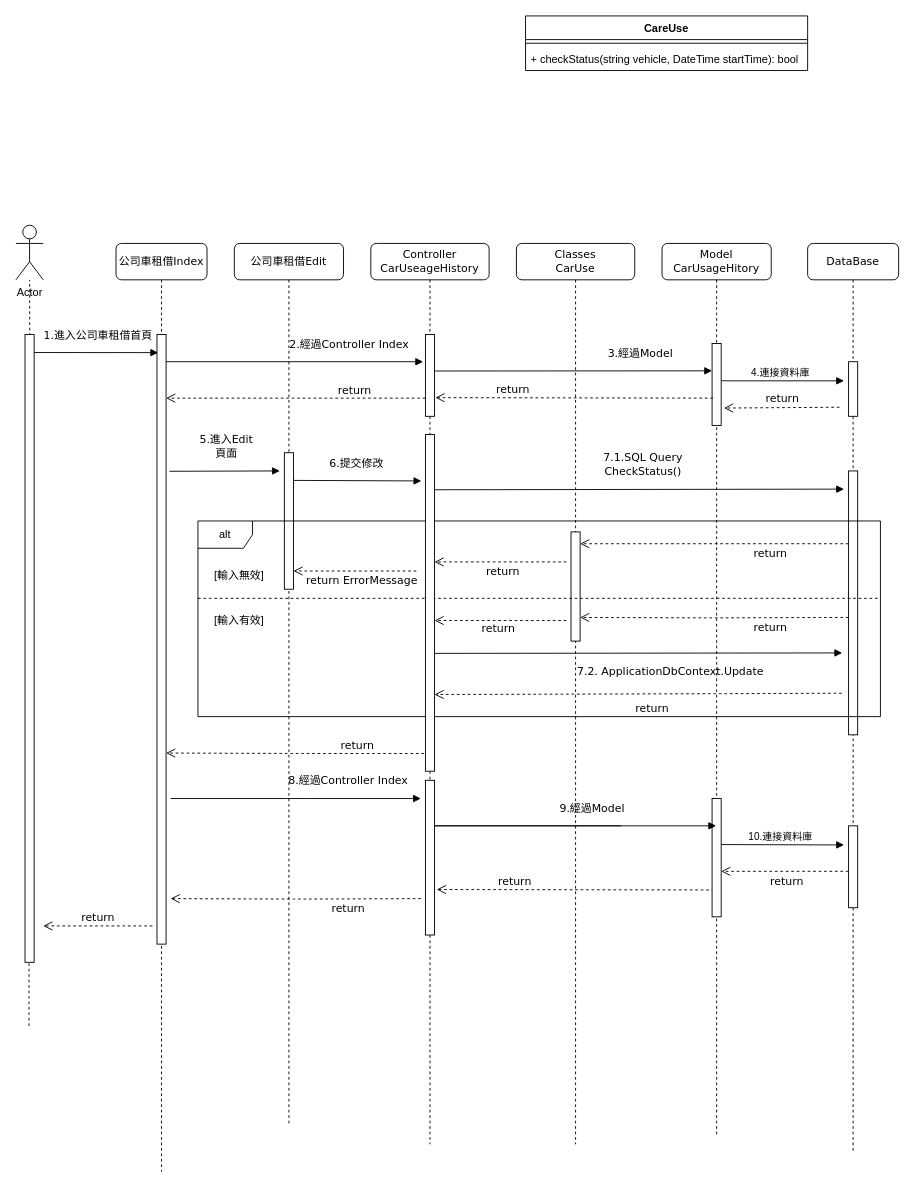
Before: images/公司車Edit.drawio in merosun/windows, a draw.io diagram. Source tidied: cells renumbered, new cells numbered last; positions are measured from the earlier drawing's top-left corner, leaving out a move shared by most shapes. Both pictures are drawn from the tidied source at 91%, with x=0, y=0 at pixel (15, 15).
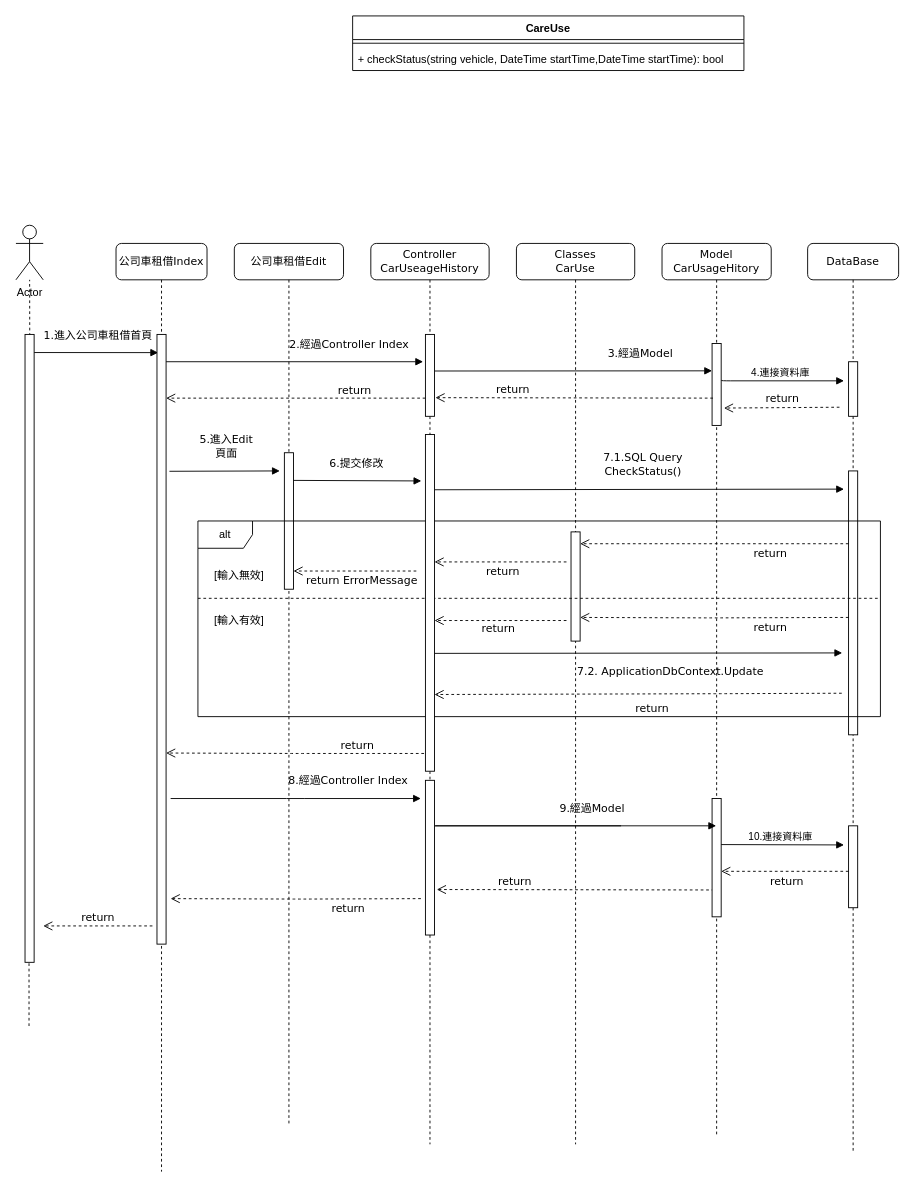
The same page after the edit.

Commit message:
更新公司車Edit.drawio

Diff of the diagram source:
```diff
@@
     <mxCell id="54" value="CareUse" style="swimlane;fontStyle=1;align=center;verticalAlign=top;horizontal=1;startSize=26;whiteSpace=wrap;html=1;" parent="1" vertex="1">
-      <mxGeometry x="560" width="310" height="60" as="geometry" />
+      <mxGeometry x="370" width="430" height="60" as="geometry" />
     </mxCell>
     <mxCell id="55" style="line;strokeWidth=1;fillColor=none;align=left;verticalAlign=middle;spacingTop=-1;spacingLeft=3;spacingRight=3;labelPosition=right;strokeColor=inherit;" parent="54" vertex="1">
-      <mxGeometry y="26" width="310" height="8" as="geometry" />
+      <mxGeometry y="26" width="430" height="8" as="geometry" />
     </mxCell>
-    <mxCell id="56" value="+ checkStatus(string vehicle, DateTime startTime): bool" style="text;strokeColor=none;fillColor=none;align=left;verticalAlign=top;spacingLeft=4;spacingRight=4;overflow=hidden;whiteSpace=wrap;html=1;" parent="54" vertex="1">
-      <mxGeometry y="34" width="310" height="26" as="geometry" />
+    <mxCell id="56" value="+ checkStatus(string vehicle, DateTime startTime,DateTime startTime): bool" style="text;strokeColor=none;fillColor=none;align=left;verticalAlign=top;spacingLeft=4;spacingRight=4;overflow=hidden;whiteSpace=wrap;html=1;" parent="54" vertex="1">
+      <mxGeometry y="34" width="430" height="26" as="geometry" />
     </mxCell>
```
